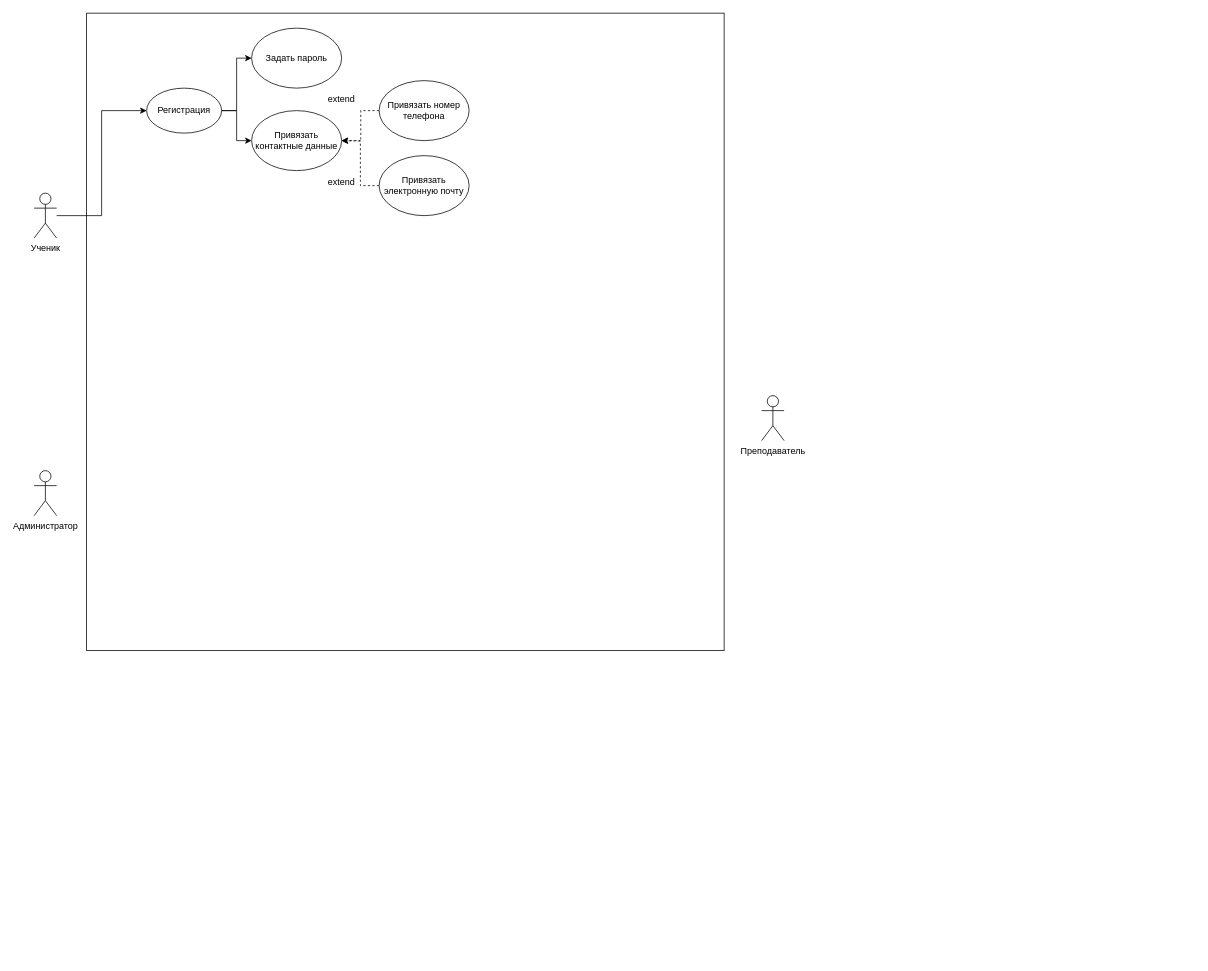
Before: HW2.drawio in bulkhukou/redesigned-octo-broccoli, a draw.io diagram. Source tidied: cells renumbered, new cells numbered last; positions are measured from the earlier drawing's top-left corner, leaving out a move shared by most shapes. Both pictures are drawn from the tidied source at 75%, with x=0, y=0 at pixel (34, 13).
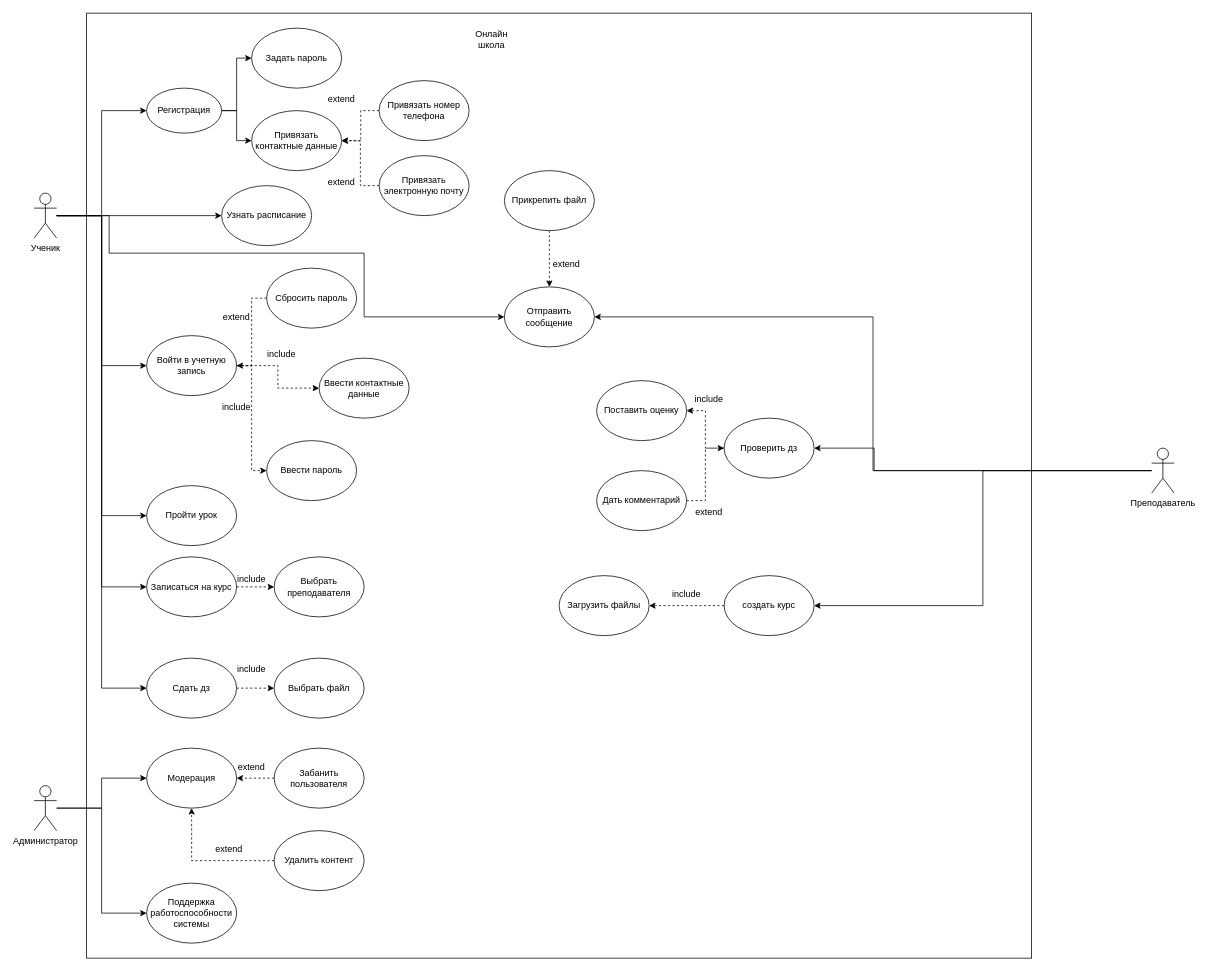
The same page after the edit.

The change refers to these unchanged cells:
```xml
<mxCell id="4" value="Ученик" style="shape=umlActor;verticalLabelPosition=bottom;verticalAlign=top;html=1;outlineConnect=0;" parent="1" vertex="1">
  <mxGeometry y="240" width="30" height="60" as="geometry" />
</mxCell>
```

The edit, as a diff of the source:
```diff
@@
     <mxCell id="2" style="whiteSpace=wrap;html=1;" parent="1" vertex="1">
-      <mxGeometry x="70" width="850" height="850" as="geometry" />
+      <mxGeometry x="70" width="1260" height="1260" as="geometry" />
     </mxCell>
@@
+    <mxCell id="18" style="edgeStyle=orthogonalEdgeStyle;rounded=0;jettySize=auto;html=1;entryX=0;entryY=0.5;entryDx=0;entryDy=0;" parent="1" edge="1" source="4" target="31">
+      <mxGeometry relative="1" as="geometry" />
+    </mxCell>
+    <mxCell id="19" style="edgeStyle=orthogonalEdgeStyle;rounded=0;jettySize=auto;html=1;entryX=0;entryY=0.5;entryDx=0;entryDy=0;" parent="1" edge="1" source="4" target="40">
+      <mxGeometry relative="1" as="geometry" />
+    </mxCell>
+    <mxCell id="20" style="edgeStyle=orthogonalEdgeStyle;rounded=0;jettySize=auto;html=1;entryX=0;entryY=0.5;entryDx=0;entryDy=0;" parent="1" edge="1" source="4" target="43">
+      <mxGeometry relative="1" as="geometry" />
+    </mxCell>
+    <mxCell id="21" style="edgeStyle=orthogonalEdgeStyle;rounded=0;jettySize=auto;html=1;entryX=0;entryY=0.5;entryDx=0;entryDy=0;" parent="1" edge="1" source="4" target="44">
+      <mxGeometry relative="1" as="geometry">
+        <Array as="points">
+          <mxPoint x="100" y="270" />
+          <mxPoint x="100" y="320" />
+          <mxPoint x="440" y="320" />
+          <mxPoint x="440" y="405" />
+        </Array>
+      </mxGeometry>
+    </mxCell>
+    <mxCell id="22" style="edgeStyle=orthogonalEdgeStyle;rounded=0;jettySize=auto;html=1;entryX=0;entryY=0.5;entryDx=0;entryDy=0;" parent="1" edge="1" source="4" target="49">
+      <mxGeometry relative="1" as="geometry" />
+    </mxCell>
+    <mxCell id="23" style="edgeStyle=orthogonalEdgeStyle;rounded=0;jettySize=auto;html=1;entryX=0;entryY=0.5;entryDx=0;entryDy=0;" parent="1" edge="1" source="4" target="52">
+      <mxGeometry relative="1" as="geometry" />
+    </mxCell>
@@
+    <mxCell id="24" style="edgeStyle=orthogonalEdgeStyle;rounded=0;jettySize=auto;html=1;entryX=1;entryY=0.5;entryDx=0;entryDy=0;" parent="1" edge="1" source="5" target="44">
+      <mxGeometry relative="1" as="geometry" />
+    </mxCell>
+    <mxCell id="25" style="edgeStyle=orthogonalEdgeStyle;rounded=0;jettySize=auto;html=1;entryX=1;entryY=0.5;entryDx=0;entryDy=0;" parent="1" edge="1" source="5" target="54">
+      <mxGeometry relative="1" as="geometry">
+        <Array as="points">
+          <mxPoint x="1120" y="610" />
+          <mxPoint x="1120" y="580" />
+        </Array>
+      </mxGeometry>
+    </mxCell>
+    <mxCell id="26" style="edgeStyle=orthogonalEdgeStyle;rounded=0;jettySize=auto;html=1;entryX=1;entryY=0.5;entryDx=0;entryDy=0;" parent="1" edge="1" source="5" target="61">
+      <mxGeometry relative="1" as="geometry" />
+    </mxCell>
     <mxCell id="5" value="Преподаватель" style="shape=umlActor;verticalLabelPosition=bottom;verticalAlign=top;html=1;outlineConnect=0;" parent="1" vertex="1">
-      <mxGeometry x="970" y="510" width="30" height="60" as="geometry" />
+      <mxGeometry x="1490" y="580" width="30" height="60" as="geometry" />
     </mxCell>
+    <mxCell id="27" style="edgeStyle=orthogonalEdgeStyle;rounded=0;jettySize=auto;html=1;entryX=0;entryY=0.5;entryDx=0;entryDy=0;" parent="1" edge="1" source="6" target="64">
+      <mxGeometry relative="1" as="geometry" />
+    </mxCell>
+    <mxCell id="28" style="edgeStyle=orthogonalEdgeStyle;rounded=0;jettySize=auto;html=1;entryX=0;entryY=0.5;entryDx=0;entryDy=0;" parent="1" edge="1" source="6" target="71">
+      <mxGeometry relative="1" as="geometry" />
+    </mxCell>
     <mxCell id="6" value="Администратор" style="shape=umlActor;verticalLabelPosition=bottom;verticalAlign=top;html=1;outlineConnect=0;" parent="1" vertex="1">
-      <mxGeometry y="610" width="30" height="60" as="geometry" />
+      <mxGeometry y="1030" width="30" height="60" as="geometry" />
     </mxCell>
@@
+    <mxCell id="29" style="edgeStyle=orthogonalEdgeStyle;rounded=0;jettySize=auto;html=1;entryX=0;entryY=0.5;entryDx=0;entryDy=0;dashed=1;" parent="1" edge="1" source="31" target="34">
+      <mxGeometry relative="1" as="geometry" />
+    </mxCell>
+    <mxCell id="30" style="edgeStyle=orthogonalEdgeStyle;rounded=0;jettySize=auto;html=1;entryX=0;entryY=0.5;entryDx=0;entryDy=0;dashed=1;" parent="1" edge="1" source="31" target="35">
+      <mxGeometry relative="1" as="geometry" />
+    </mxCell>
+    <mxCell id="31" value="Войти в учетную запись" style="ellipse;whiteSpace=wrap;html=1;" parent="1" vertex="1">
+      <mxGeometry x="150" y="430" width="120" height="80" as="geometry" />
+    </mxCell>
+    <mxCell id="32" style="edgeStyle=orthogonalEdgeStyle;rounded=0;jettySize=auto;html=1;entryX=1;entryY=0.5;entryDx=0;entryDy=0;dashed=1;" parent="1" edge="1" source="33" target="31">
+      <mxGeometry relative="1" as="geometry" />
+    </mxCell>
+    <mxCell id="33" value="Сбросить пароль" style="ellipse;whiteSpace=wrap;html=1;" parent="1" vertex="1">
+      <mxGeometry x="310" y="340" width="120" height="80" as="geometry" />
+    </mxCell>
+    <mxCell id="34" value="Ввести контактные данные" style="ellipse;whiteSpace=wrap;html=1;" parent="1" vertex="1">
+      <mxGeometry x="380" y="460" width="120" height="80" as="geometry" />
+    </mxCell>
+    <mxCell id="35" value="Ввести пароль" style="ellipse;whiteSpace=wrap;html=1;" parent="1" vertex="1">
+      <mxGeometry x="310" y="570" width="120" height="80" as="geometry" />
+    </mxCell>
+    <mxCell id="36" value="extend" style="text;html=1;align=center;verticalAlign=middle;whiteSpace=wrap;rounded=0;" parent="1" vertex="1">
+      <mxGeometry x="240" y="390" width="60" height="30" as="geometry" />
+    </mxCell>
+    <mxCell id="37" value="include" style="text;html=1;align=center;verticalAlign=middle;whiteSpace=wrap;rounded=0;" parent="1" vertex="1">
+      <mxGeometry x="240" y="510" width="60" height="30" as="geometry" />
+    </mxCell>
+    <mxCell id="38" value="include" style="text;html=1;align=center;verticalAlign=middle;whiteSpace=wrap;rounded=0;" parent="1" vertex="1">
+      <mxGeometry x="300" y="440" width="60" height="30" as="geometry" />
+    </mxCell>
+    <mxCell id="39" style="edgeStyle=orthogonalEdgeStyle;rounded=0;jettySize=auto;html=1;exitX=1;exitY=0.5;exitDx=0;exitDy=0;entryX=0;entryY=0.5;entryDx=0;entryDy=0;dashed=1;" parent="1" edge="1" source="40" target="41">
+      <mxGeometry relative="1" as="geometry" />
+    </mxCell>
+    <mxCell id="40" value="Записаться на курс" style="ellipse;whiteSpace=wrap;html=1;" parent="1" vertex="1">
+      <mxGeometry x="150" y="725" width="120" height="80" as="geometry" />
+    </mxCell>
+    <mxCell id="41" value="Выбрать преподавателя" style="ellipse;whiteSpace=wrap;html=1;" parent="1" vertex="1">
+      <mxGeometry x="320" y="725" width="120" height="80" as="geometry" />
+    </mxCell>
+    <mxCell id="42" value="include" style="text;html=1;align=center;verticalAlign=middle;whiteSpace=wrap;rounded=0;" parent="1" vertex="1">
+      <mxGeometry x="260" y="740" width="60" height="30" as="geometry" />
+    </mxCell>
+    <mxCell id="43" value="Узнать расписание" style="ellipse;whiteSpace=wrap;html=1;" parent="1" vertex="1">
+      <mxGeometry x="250" y="230" width="120" height="80" as="geometry" />
+    </mxCell>
+    <mxCell id="44" value="Отправить сообщение" style="ellipse;whiteSpace=wrap;html=1;" parent="1" vertex="1">
+      <mxGeometry x="627" y="365" width="120" height="80" as="geometry" />
+    </mxCell>
+    <mxCell id="45" style="edgeStyle=orthogonalEdgeStyle;rounded=0;jettySize=auto;html=1;entryX=0.5;entryY=0;entryDx=0;entryDy=0;dashed=1;" parent="1" edge="1" source="46" target="44">
+      <mxGeometry relative="1" as="geometry" />
+    </mxCell>
+    <mxCell id="46" value="Прикрепить файл" style="ellipse;whiteSpace=wrap;html=1;" parent="1" vertex="1">
+      <mxGeometry x="627" y="210" width="120" height="80" as="geometry" />
+    </mxCell>
+    <mxCell id="47" value="extend" style="text;html=1;align=center;verticalAlign=middle;whiteSpace=wrap;rounded=0;" parent="1" vertex="1">
+      <mxGeometry x="680" y="320" width="60" height="30" as="geometry" />
+    </mxCell>
+    <mxCell id="48" style="edgeStyle=orthogonalEdgeStyle;rounded=0;jettySize=auto;html=1;exitX=1;exitY=0.5;exitDx=0;exitDy=0;dashed=1;" parent="1" edge="1" source="49" target="50">
+      <mxGeometry relative="1" as="geometry" />
+    </mxCell>
+    <mxCell id="49" value="Сдать дз" style="ellipse;whiteSpace=wrap;html=1;" parent="1" vertex="1">
+      <mxGeometry x="150" y="860" width="120" height="80" as="geometry" />
+    </mxCell>
+    <mxCell id="50" value="Выбрать файл" style="ellipse;whiteSpace=wrap;html=1;" parent="1" vertex="1">
+      <mxGeometry x="320" y="860" width="120" height="80" as="geometry" />
+    </mxCell>
+    <mxCell id="51" value="include" style="text;html=1;align=center;verticalAlign=middle;whiteSpace=wrap;rounded=0;" parent="1" vertex="1">
+      <mxGeometry x="260" y="860" width="60" height="30" as="geometry" />
+    </mxCell>
+    <mxCell id="52" value="Пройти урок" style="ellipse;whiteSpace=wrap;html=1;" parent="1" vertex="1">
+      <mxGeometry x="150" y="630" width="120" height="80" as="geometry" />
+    </mxCell>
+    <mxCell id="53" style="edgeStyle=orthogonalEdgeStyle;rounded=0;jettySize=auto;html=1;entryX=1;entryY=0.5;entryDx=0;entryDy=0;dashed=1;" parent="1" edge="1" source="54" target="55">
+      <mxGeometry relative="1" as="geometry" />
+    </mxCell>
+    <mxCell id="54" value="Проверить дз" style="ellipse;whiteSpace=wrap;html=1;" parent="1" vertex="1">
+      <mxGeometry x="920" y="540" width="120" height="80" as="geometry" />
+    </mxCell>
+    <mxCell id="55" value="Поставить оценку" style="ellipse;whiteSpace=wrap;html=1;" parent="1" vertex="1">
+      <mxGeometry x="750" y="490" width="120" height="80" as="geometry" />
+    </mxCell>
+    <mxCell id="56" style="edgeStyle=orthogonalEdgeStyle;rounded=0;jettySize=auto;html=1;entryX=0;entryY=0.5;entryDx=0;entryDy=0;dashed=1;" parent="1" edge="1" source="57" target="54">
+      <mxGeometry relative="1" as="geometry" />
+    </mxCell>
+    <mxCell id="57" value="Дать комментарий" style="ellipse;whiteSpace=wrap;html=1;" parent="1" vertex="1">
+      <mxGeometry x="750" y="610" width="120" height="80" as="geometry" />
+    </mxCell>
+    <mxCell id="58" value="extend" style="text;html=1;align=center;verticalAlign=middle;whiteSpace=wrap;rounded=0;" parent="1" vertex="1">
+      <mxGeometry x="870" y="650" width="60" height="30" as="geometry" />
+    </mxCell>
+    <mxCell id="59" value="include" style="text;html=1;align=center;verticalAlign=middle;whiteSpace=wrap;rounded=0;" parent="1" vertex="1">
+      <mxGeometry x="870" y="500" width="60" height="30" as="geometry" />
+    </mxCell>
+    <mxCell id="60" style="edgeStyle=orthogonalEdgeStyle;rounded=0;jettySize=auto;html=1;dashed=1;" parent="1" edge="1" source="61" target="62">
+      <mxGeometry relative="1" as="geometry" />
+    </mxCell>
+    <mxCell id="61" value="создать курс" style="ellipse;whiteSpace=wrap;html=1;" parent="1" vertex="1">
+      <mxGeometry x="920" y="750" width="120" height="80" as="geometry" />
+    </mxCell>
+    <mxCell id="62" value="Загрузить файлы" style="ellipse;whiteSpace=wrap;html=1;" parent="1" vertex="1">
+      <mxGeometry x="700" y="750" width="120" height="80" as="geometry" />
+    </mxCell>
+    <mxCell id="63" value="include" style="text;html=1;align=center;verticalAlign=middle;whiteSpace=wrap;rounded=0;" parent="1" vertex="1">
+      <mxGeometry x="840" y="760" width="60" height="30" as="geometry" />
+    </mxCell>
+    <mxCell id="64" value="Модерация" style="ellipse;whiteSpace=wrap;html=1;" parent="1" vertex="1">
+      <mxGeometry x="150" y="980" width="120" height="80" as="geometry" />
+    </mxCell>
+    <mxCell id="65" style="edgeStyle=orthogonalEdgeStyle;rounded=0;jettySize=auto;html=1;entryX=1;entryY=0.5;entryDx=0;entryDy=0;dashed=1;" parent="1" edge="1" source="66" target="64">
+      <mxGeometry relative="1" as="geometry" />
+    </mxCell>
+    <mxCell id="66" value="Забанить пользователя" style="ellipse;whiteSpace=wrap;html=1;" parent="1" vertex="1">
+      <mxGeometry x="320" y="980" width="120" height="80" as="geometry" />
+    </mxCell>
+    <mxCell id="67" value="extend" style="text;html=1;align=center;verticalAlign=middle;whiteSpace=wrap;rounded=0;" parent="1" vertex="1">
+      <mxGeometry x="260" y="990" width="60" height="30" as="geometry" />
+    </mxCell>
+    <mxCell id="68" style="edgeStyle=orthogonalEdgeStyle;rounded=0;jettySize=auto;html=1;entryX=0.5;entryY=1;entryDx=0;entryDy=0;dashed=1;" parent="1" edge="1" source="69" target="64">
+      <mxGeometry relative="1" as="geometry" />
+    </mxCell>
+    <mxCell id="69" value="Удалить контент" style="ellipse;whiteSpace=wrap;html=1;" parent="1" vertex="1">
+      <mxGeometry x="320" y="1090" width="120" height="80" as="geometry" />
+    </mxCell>
+    <mxCell id="70" value="extend" style="text;html=1;align=center;verticalAlign=middle;whiteSpace=wrap;rounded=0;" parent="1" vertex="1">
+      <mxGeometry x="230" y="1100" width="60" height="30" as="geometry" />
+    </mxCell>
+    <mxCell id="71" value="Поддержка работоспособности системы" style="ellipse;whiteSpace=wrap;html=1;" parent="1" vertex="1">
+      <mxGeometry x="150" y="1160" width="120" height="80" as="geometry" />
+    </mxCell>
+    <mxCell id="72" value="Онлайн школа" style="text;html=1;align=center;verticalAlign=middle;whiteSpace=wrap;rounded=0;" parent="1" vertex="1">
+      <mxGeometry x="580" y="20" width="60" height="30" as="geometry" />
+    </mxCell>
```
